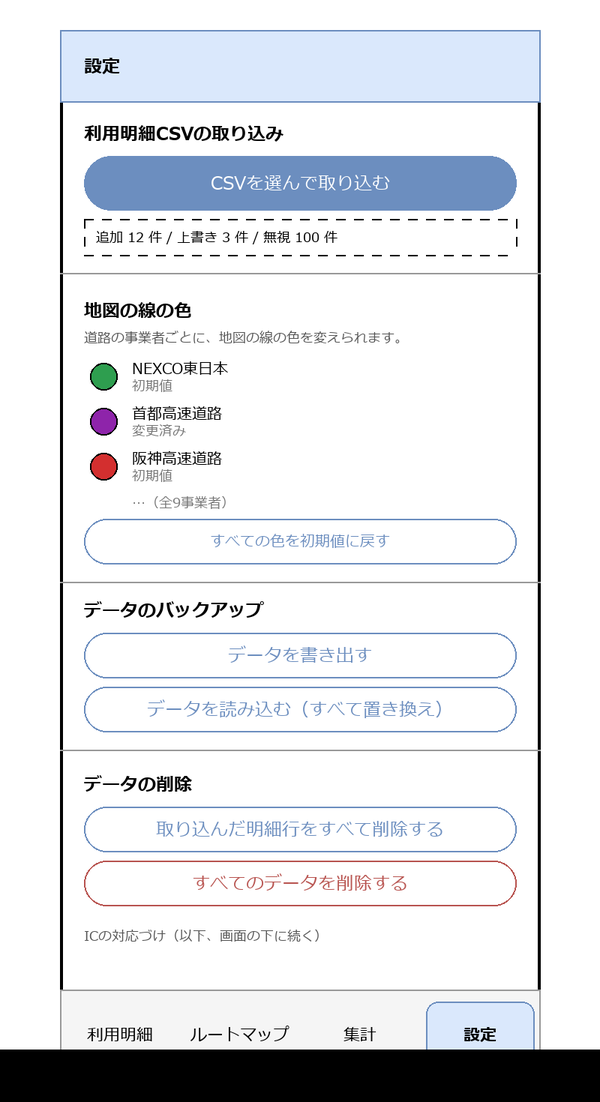
Above: docs/systems/screens/images/SCR-001-settings.drawio.png in hnt1028/etc-meisai (draw.io), before the change. Source tidied: cells renumbered, new cells last; positions are measured from the earlier drawing's top-left corner, leaving out a move shared by most shapes.
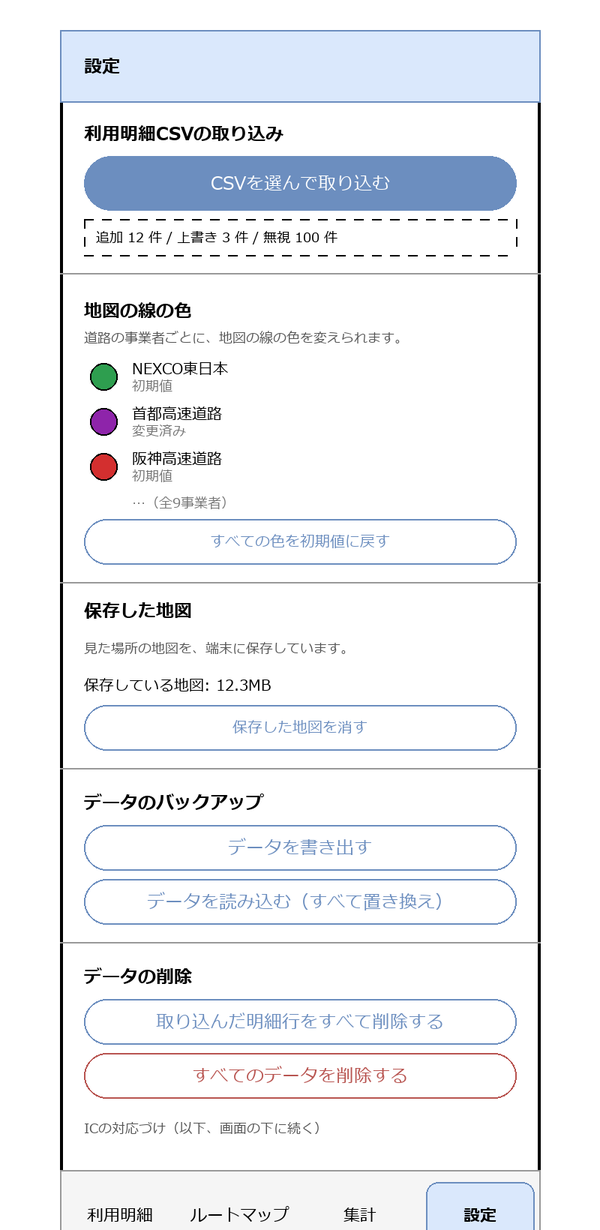
After the commit.

Diff of the diagram source:
```diff
@@ -3,7 +3,7 @@
     <mxCell id="0" />
     <mxCell id="1" parent="0" />
     <mxCell id="2" style="rounded=1;whiteSpace=wrap;html=1;arcSize=3;strokeWidth=2;" parent="1" vertex="1">
-      <mxGeometry width="320" height="700" as="geometry" />
+      <mxGeometry width="320" height="820" as="geometry" />
     </mxCell>
     <mxCell id="3" value="設定" style="rounded=0;whiteSpace=wrap;html=1;align=left;spacingLeft=16;fontStyle=1;fillColor=#dae8fc;strokeColor=#6c8ebf;" parent="1" vertex="1">
       <mxGeometry width="320" height="48" as="geometry" />
@@ -68,47 +68,65 @@
         <mxPoint x="320" y="368" as="targetPoint" />
       </mxGeometry>
     </mxCell>
-    <mxCell id="22" value="データのバックアップ" style="text;html=1;align=left;verticalAlign=middle;fontStyle=1;" parent="1" vertex="1">
+    <mxCell id="22" value="保存した地図" style="text;html=1;align=left;verticalAlign=middle;fontStyle=1;" parent="1" vertex="1">
       <mxGeometry x="16" y="376" width="288" height="22" as="geometry" />
     </mxCell>
-    <mxCell id="23" value="データを書き出す" style="rounded=1;whiteSpace=wrap;html=1;arcSize=50;fillColor=none;strokeColor=#6c8ebf;fontColor=#6c8ebf;" parent="1" vertex="1">
-      <mxGeometry x="16" y="402" width="288" height="30" as="geometry" />
+    <mxCell id="23" value="見た場所の地図を、端末に保存しています。" style="text;html=1;align=left;verticalAlign=middle;fontSize=9;fontColor=#555555;" parent="1" vertex="1">
+      <mxGeometry x="16" y="398" width="288" height="28" as="geometry" />
     </mxCell>
-    <mxCell id="24" value="データを読み込む（すべて置き換え）" style="rounded=1;whiteSpace=wrap;html=1;arcSize=50;fillColor=none;strokeColor=#6c8ebf;fontColor=#6c8ebf;" parent="1" vertex="1">
-      <mxGeometry x="16" y="438" width="288" height="30" as="geometry" />
+    <mxCell id="24" value="保存している地図: 12.3MB" style="text;html=1;align=left;verticalAlign=middle;fontSize=10;" parent="1" vertex="1">
+      <mxGeometry x="16" y="428" width="288" height="18" as="geometry" />
     </mxCell>
-    <mxCell id="25" style="endArrow=none;html=1;strokeColor=#999999;" parent="1" edge="1">
-      <mxGeometry relative="1" as="geometry">
-        <mxPoint y="480" as="sourcePoint" />
-        <mxPoint x="320" y="480" as="targetPoint" />
-      </mxGeometry>
+    <mxCell id="25" value="保存した地図を消す" style="rounded=1;whiteSpace=wrap;html=1;arcSize=50;fillColor=none;strokeColor=#6c8ebf;fontColor=#6c8ebf;fontSize=10;" parent="1" vertex="1">
+      <mxGeometry x="16" y="450" width="288" height="30" as="geometry" />
     </mxCell>
-    <mxCell id="26" value="データの削除" style="text;html=1;align=left;verticalAlign=middle;fontStyle=1;" parent="1" vertex="1">
-      <mxGeometry x="16" y="492" width="288" height="22" as="geometry" />
+    <mxCell id="26" style="endArrow=none;html=1;strokeColor=#999999;" parent="1" edge="1">
+      <mxGeometry relative="1" as="geometry">
+        <mxPoint y="492" as="sourcePoint" />
+        <mxPoint x="320" y="492" as="targetPoint" />
+      </mxGeometry>
     </mxCell>
-    <mxCell id="27" value="取り込んだ明細行をすべて削除する" style="rounded=1;whiteSpace=wrap;html=1;arcSize=50;fillColor=none;strokeColor=#6c8ebf;fontColor=#6c8ebf;" parent="1" vertex="1">
-      <mxGeometry x="16" y="518" width="288" height="30" as="geometry" />
+    <mxCell id="27" value="データのバックアップ" style="text;html=1;align=left;verticalAlign=middle;fontStyle=1;" parent="1" vertex="1">
+      <mxGeometry x="16" y="504" width="288" height="22" as="geometry" />
     </mxCell>
-    <mxCell id="28" value="すべてのデータを削除する" style="rounded=1;whiteSpace=wrap;html=1;arcSize=50;fillColor=none;strokeColor=#b85450;fontColor=#b85450;" parent="1" vertex="1">
-      <mxGeometry x="16" y="554" width="288" height="30" as="geometry" />
+    <mxCell id="28" value="データを書き出す" style="rounded=1;whiteSpace=wrap;html=1;arcSize=50;fillColor=none;strokeColor=#6c8ebf;fontColor=#6c8ebf;" parent="1" vertex="1">
+      <mxGeometry x="16" y="530" width="288" height="30" as="geometry" />
     </mxCell>
-    <mxCell id="29" value="ICの対応づけ（以下、画面の下に続く）" style="text;html=1;align=left;verticalAlign=middle;fontSize=9;fontColor=#555555;" parent="1" vertex="1">
-      <mxGeometry x="16" y="596" width="288" height="16" as="geometry" />
+    <mxCell id="29" value="データを読み込む（すべて置き換え）" style="rounded=1;whiteSpace=wrap;html=1;arcSize=50;fillColor=none;strokeColor=#6c8ebf;fontColor=#6c8ebf;" parent="1" vertex="1">
+      <mxGeometry x="16" y="566" width="288" height="30" as="geometry" />
     </mxCell>
-    <mxCell id="30" style="rounded=0;whiteSpace=wrap;html=1;fillColor=#f5f5f5;strokeColor=#999999;" parent="1" vertex="1">
-      <mxGeometry y="640" width="320" height="60" as="geometry" />
+    <mxCell id="30" style="endArrow=none;html=1;strokeColor=#999999;" parent="1" edge="1">
+      <mxGeometry relative="1" as="geometry">
+        <mxPoint y="608" as="sourcePoint" />
+        <mxPoint x="320" y="608" as="targetPoint" />
+      </mxGeometry>
     </mxCell>
-    <mxCell id="31" value="利用明細" style="rounded=1;whiteSpace=wrap;html=1;arcSize=40;fontSize=11;fillColor=none;strokeColor=#f5f5f5;" parent="1" vertex="1">
-      <mxGeometry x="4" y="648" width="72" height="44" as="geometry" />
+    <mxCell id="31" value="データの削除" style="text;html=1;align=left;verticalAlign=middle;fontStyle=1;" parent="1" vertex="1">
+      <mxGeometry x="16" y="620" width="288" height="22" as="geometry" />
     </mxCell>
-    <mxCell id="32" value="ルートマップ" style="rounded=1;whiteSpace=wrap;html=1;arcSize=40;fontSize=11;fillColor=none;strokeColor=#f5f5f5;" parent="1" vertex="1">
-      <mxGeometry x="84" y="648" width="72" height="44" as="geometry" />
+    <mxCell id="32" value="取り込んだ明細行をすべて削除する" style="rounded=1;whiteSpace=wrap;html=1;arcSize=50;fillColor=none;strokeColor=#6c8ebf;fontColor=#6c8ebf;" parent="1" vertex="1">
+      <mxGeometry x="16" y="646" width="288" height="30" as="geometry" />
     </mxCell>
-    <mxCell id="33" value="集計" style="rounded=1;whiteSpace=wrap;html=1;arcSize=40;fontSize=11;fillColor=none;strokeColor=#f5f5f5;" parent="1" vertex="1">
-      <mxGeometry x="164" y="648" width="72" height="44" as="geometry" />
+    <mxCell id="33" value="すべてのデータを削除する" style="rounded=1;whiteSpace=wrap;html=1;arcSize=50;fillColor=none;strokeColor=#b85450;fontColor=#b85450;" parent="1" vertex="1">
+      <mxGeometry x="16" y="682" width="288" height="30" as="geometry" />
     </mxCell>
-    <mxCell id="34" value="設定" style="rounded=1;whiteSpace=wrap;html=1;arcSize=40;fontSize=11;fillColor=#dae8fc;strokeColor=#6c8ebf;fontStyle=1;" parent="1" vertex="1">
-      <mxGeometry x="244" y="648" width="72" height="44" as="geometry" />
+    <mxCell id="34" value="ICの対応づけ（以下、画面の下に続く）" style="text;html=1;align=left;verticalAlign=middle;fontSize=9;fontColor=#555555;" parent="1" vertex="1">
+      <mxGeometry x="16" y="724" width="288" height="16" as="geometry" />
     </mxCell>
+    <mxCell id="35" style="rounded=0;whiteSpace=wrap;html=1;fillColor=#f5f5f5;strokeColor=#999999;" parent="1" vertex="1">
+      <mxGeometry y="760" width="320" height="60" as="geometry" />
+    </mxCell>
+    <mxCell id="36" value="利用明細" style="rounded=1;whiteSpace=wrap;html=1;arcSize=40;fontSize=11;fillColor=none;strokeColor=#f5f5f5;" parent="1" vertex="1">
+      <mxGeometry x="4" y="768" width="72" height="44" as="geometry" />
+    </mxCell>
+    <mxCell id="37" value="ルートマップ" style="rounded=1;whiteSpace=wrap;html=1;arcSize=40;fontSize=11;fillColor=none;strokeColor=#f5f5f5;" parent="1" vertex="1">
+      <mxGeometry x="84" y="768" width="72" height="44" as="geometry" />
+    </mxCell>
+    <mxCell id="38" value="集計" style="rounded=1;whiteSpace=wrap;html=1;arcSize=40;fontSize=11;fillColor=none;strokeColor=#f5f5f5;" parent="1" vertex="1">
+      <mxGeometry x="164" y="768" width="72" height="44" as="geometry" />
+    </mxCell>
+    <mxCell id="39" value="設定" style="rounded=1;whiteSpace=wrap;html=1;arcSize=40;fontSize=11;fillColor=#dae8fc;strokeColor=#6c8ebf;fontStyle=1;" parent="1" vertex="1">
+      <mxGeometry x="244" y="768" width="72" height="44" as="geometry" />
+    </mxCell>
   </root>
 </mxGraphModel>
```
